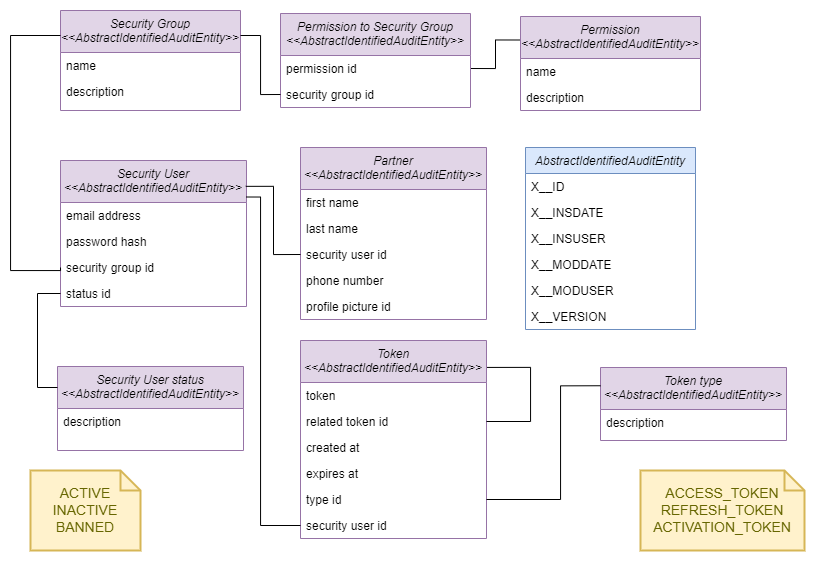
The draw.io diagram docs/images/auth-service-schema.drawio.png in Evocelot/auth-liquibase, before a commit. Source tidied: cells renumbered, new cells last; positions are measured from the earlier drawing's top-left corner, leaving out a move shared by most shapes.
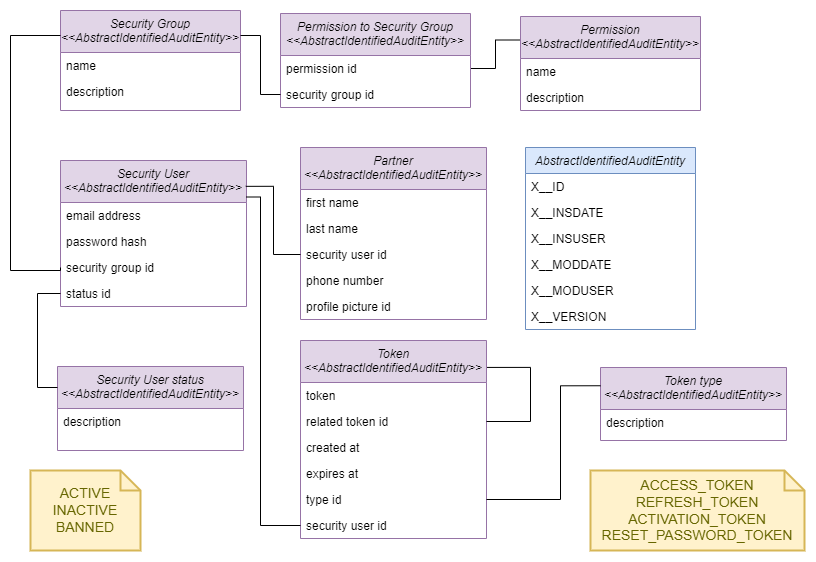
The same diagram one commit later.

Commit message:
reset-password-token

The edit, as a diff of the source:
```diff
@@ -156,8 +156,8 @@
     <mxCell id="47" value="description" style="text;align=left;verticalAlign=top;spacingLeft=4;spacingRight=4;overflow=hidden;rounded=0;shadow=0;html=0;" parent="46" vertex="1">
       <mxGeometry y="42" width="186" height="26" as="geometry" />
     </mxCell>
-    <mxCell id="48" value="ACCESS_TOKEN&lt;div&gt;REFRESH_TOKEN&lt;/div&gt;&lt;div&gt;ACTIVATION_TOKEN&lt;/div&gt;" style="shape=note;strokeWidth=2;fontSize=14;size=20;whiteSpace=wrap;html=1;fillColor=#fff2cc;strokeColor=#d6b656;fontColor=#666600;" parent="1" vertex="1">
-      <mxGeometry x="630" y="460" width="164" height="80" as="geometry" />
+    <mxCell id="48" value="ACCESS_TOKEN&lt;div&gt;REFRESH_TOKEN&lt;/div&gt;&lt;div&gt;ACTIVATION_TOKEN&lt;/div&gt;&lt;div&gt;RESET_PASSWORD_TOKEN&lt;/div&gt;" style="shape=note;strokeWidth=2;fontSize=14;size=20;whiteSpace=wrap;html=1;fillColor=#fff2cc;strokeColor=#d6b656;fontColor=#666600;" parent="1" vertex="1">
+      <mxGeometry x="580" y="460" width="214" height="80" as="geometry" />
     </mxCell>
     <mxCell id="49" style="edgeStyle=orthogonalEdgeStyle;rounded=0;jettySize=auto;html=1;exitX=1;exitY=0.5;exitDx=0;exitDy=0;entryX=0;entryY=0.25;entryDx=0;entryDy=0;endArrow=none;endFill=0;" parent="1" edge="1" source="35" target="46">
       <mxGeometry relative="1" as="geometry">
```
